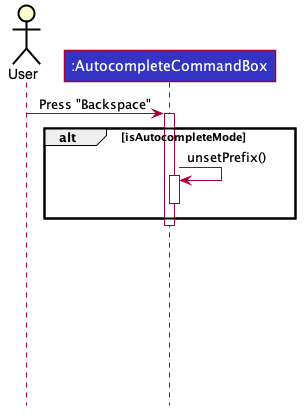
Earlier version of the PlantUML export docs/images/AutocompleteExitFlowSequenceDiagram0.png (nus-cs2103-AY2021S1/tp).
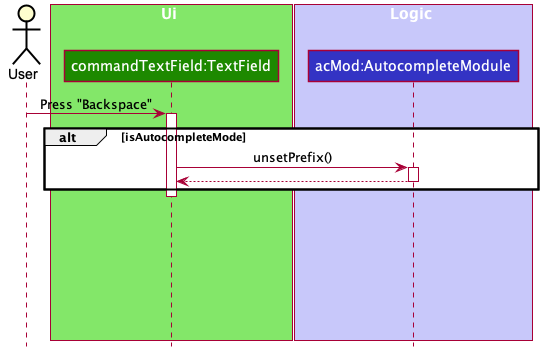
Above is the later version.

Change to the diagram source:
```diff
@@ -49,19 +49,24 @@
 hide circle
 
 Actor User
-participant ":AutocompleteCommandBox" as AutocompleteCommandBox #3333C4
+box Ui #83E769
+participant "commandTextField:TextField" as TextField #1D8900
+end box
+box Logic #C8C8FA
+participant "acMod:AutocompleteModule" as AutocompleteModule #3333C4
+end box
 
-User -> AutocompleteCommandBox : Press "Backspace"
-activate AutocompleteCommandBox
+User -> TextField : Press "Backspace"
+activate TextField
 
 alt isAutocompleteMode
-    AutocompleteCommandBox -> AutocompleteCommandBox : unsetPrefix()
-    activate AutocompleteCommandBox
-    deactivate AutocompleteCommandBox
-
+    TextField -> AutocompleteModule : unsetPrefix()
+    activate AutocompleteModule
+    AutocompleteModule --> TextField
+    deactivate AutocompleteModule
 end
-deactivate AutocompleteCommandBox
-    ||170||
+deactivate TextField
+    ||140||
 
 
 @enduml
```
